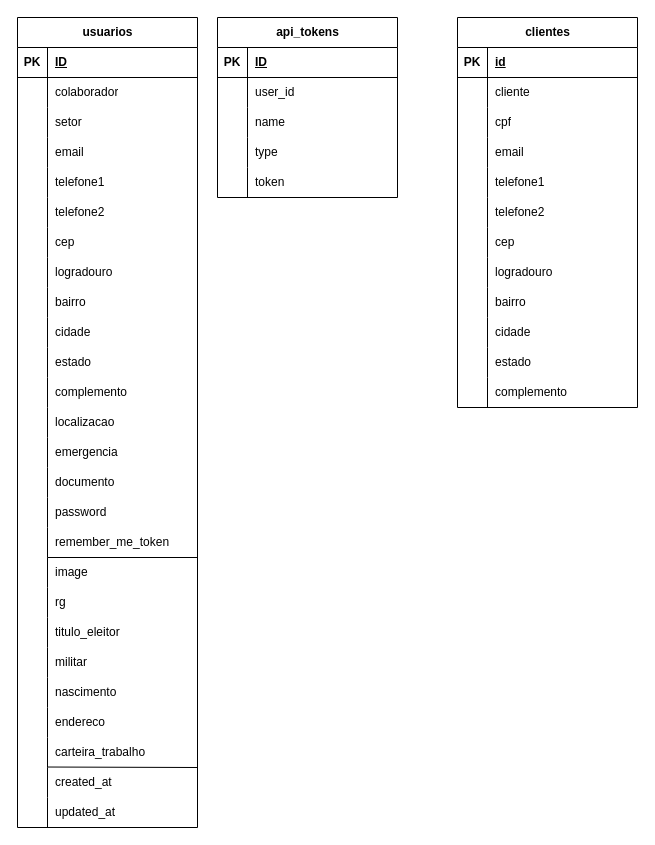
The draw.io diagram resources/diagrama_classe.drawio in VitorCostaTI/LingoBack, before the edit. Source tidied: cells renumbered, new cells numbered last; positions are measured from the earlier drawing's top-left corner, leaving out a move shared by most shapes. Both pictures are drawn from the tidied source at 100%, with x=0, y=0 at pixel (17, 17).
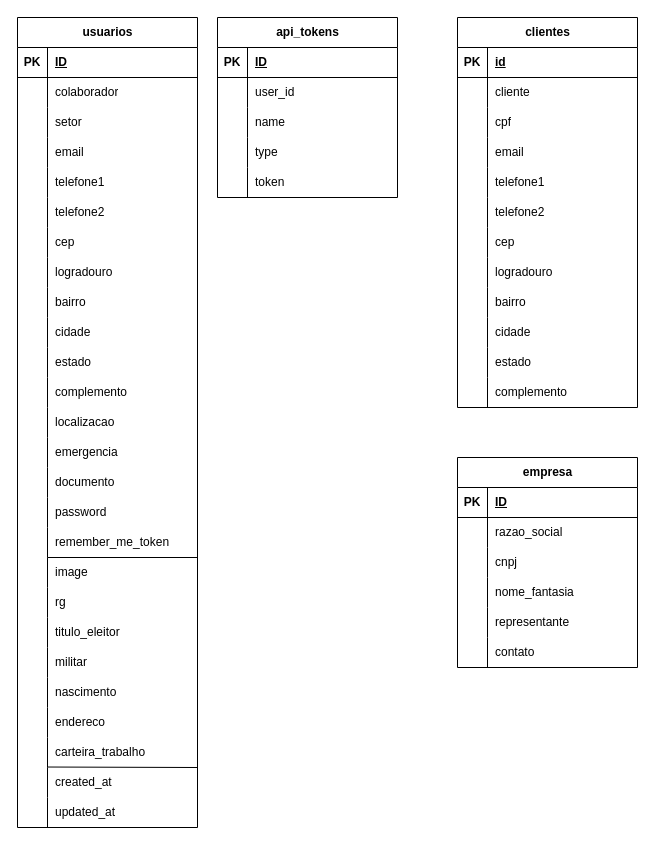
Above is the later version.

Diff of the diagram source:
```diff
@@
+    <mxCell id="136" value="empresa" style="shape=table;startSize=30;childLayout=tableLayout;rowLines=0;fontStyle=1;align=center;html=1;" parent="1" vertex="1">
+      <mxGeometry x="440" y="440" width="180" height="210" as="geometry" />
+    </mxCell>
+    <mxCell id="137" style="shape=tableRow;horizontal=0;startSize=0;swimlaneHead=0;swimlaneBody=0;fillColor=none;top=0;left=0;right=0;bottom=1;" parent="136" vertex="1">
+      <mxGeometry y="30" width="180" height="30" as="geometry" />
+    </mxCell>
+    <mxCell id="138" value="PK" style="shape=partialRectangle;fillColor=none;top=0;left=0;bottom=0;right=0;fontStyle=1;overflow=hidden;whiteSpace=wrap;html=1;" parent="137" vertex="1">
+      <mxGeometry width="30" height="30" as="geometry" />
+    </mxCell>
+    <mxCell id="139" value="ID" style="shape=partialRectangle;fillColor=none;top=0;left=0;bottom=0;right=0;align=left;spacingLeft=6;fontStyle=5;overflow=hidden;whiteSpace=wrap;html=1;" parent="137" vertex="1">
+      <mxGeometry x="30" width="150" height="30" as="geometry" />
+    </mxCell>
+    <mxCell id="140" style="shape=tableRow;horizontal=0;startSize=0;swimlaneHead=0;swimlaneBody=0;fillColor=none;top=0;left=0;right=0;bottom=0;" parent="136" vertex="1">
+      <mxGeometry y="60" width="180" height="30" as="geometry" />
+    </mxCell>
+    <mxCell id="141" style="shape=partialRectangle;fillColor=none;top=0;left=0;bottom=0;right=0;overflow=hidden;whiteSpace=wrap;html=1;" parent="140" vertex="1">
+      <mxGeometry width="30" height="30" as="geometry" />
+    </mxCell>
+    <mxCell id="142" value="razao_social" style="shape=partialRectangle;fillColor=none;top=0;left=0;bottom=0;right=0;align=left;spacingLeft=6;overflow=hidden;whiteSpace=wrap;html=1;" parent="140" vertex="1">
+      <mxGeometry x="30" width="150" height="30" as="geometry" />
+    </mxCell>
+    <mxCell id="143" style="shape=tableRow;horizontal=0;startSize=0;swimlaneHead=0;swimlaneBody=0;fillColor=none;top=0;left=0;right=0;bottom=0;" parent="136" vertex="1">
+      <mxGeometry y="90" width="180" height="30" as="geometry" />
+    </mxCell>
+    <mxCell id="144" style="shape=partialRectangle;fillColor=none;top=0;left=0;bottom=0;right=0;overflow=hidden;whiteSpace=wrap;html=1;" parent="143" vertex="1">
+      <mxGeometry width="30" height="30" as="geometry" />
+    </mxCell>
+    <mxCell id="145" value="cnpj" style="shape=partialRectangle;fillColor=none;top=0;left=0;bottom=0;right=0;align=left;spacingLeft=6;overflow=hidden;whiteSpace=wrap;html=1;" parent="143" vertex="1">
+      <mxGeometry x="30" width="150" height="30" as="geometry" />
+    </mxCell>
+    <mxCell id="146" style="shape=tableRow;horizontal=0;startSize=0;swimlaneHead=0;swimlaneBody=0;fillColor=none;top=0;left=0;right=0;bottom=0;" parent="136" vertex="1">
+      <mxGeometry y="120" width="180" height="30" as="geometry" />
+    </mxCell>
+    <mxCell id="147" style="shape=partialRectangle;fillColor=none;top=0;left=0;bottom=0;right=0;overflow=hidden;whiteSpace=wrap;html=1;" parent="146" vertex="1">
+      <mxGeometry width="30" height="30" as="geometry" />
+    </mxCell>
+    <mxCell id="148" value="nome_fantasia" style="shape=partialRectangle;fillColor=none;top=0;left=0;bottom=0;right=0;align=left;spacingLeft=6;overflow=hidden;whiteSpace=wrap;html=1;" parent="146" vertex="1">
+      <mxGeometry x="30" width="150" height="30" as="geometry" />
+    </mxCell>
+    <mxCell id="149" style="shape=tableRow;horizontal=0;startSize=0;swimlaneHead=0;swimlaneBody=0;fillColor=none;top=0;left=0;right=0;bottom=0;" parent="136" vertex="1">
+      <mxGeometry y="150" width="180" height="30" as="geometry" />
+    </mxCell>
+    <mxCell id="150" style="shape=partialRectangle;fillColor=none;top=0;left=0;bottom=0;right=0;overflow=hidden;whiteSpace=wrap;html=1;" parent="149" vertex="1">
+      <mxGeometry width="30" height="30" as="geometry" />
+    </mxCell>
+    <mxCell id="151" value="representante" style="shape=partialRectangle;fillColor=none;top=0;left=0;bottom=0;right=0;align=left;spacingLeft=6;overflow=hidden;whiteSpace=wrap;html=1;" parent="149" vertex="1">
+      <mxGeometry x="30" width="150" height="30" as="geometry" />
+    </mxCell>
+    <mxCell id="152" style="shape=tableRow;horizontal=0;startSize=0;swimlaneHead=0;swimlaneBody=0;fillColor=none;top=0;left=0;right=0;bottom=0;" parent="136" vertex="1">
+      <mxGeometry y="180" width="180" height="30" as="geometry" />
+    </mxCell>
+    <mxCell id="153" style="shape=partialRectangle;fillColor=none;top=0;left=0;bottom=0;right=0;overflow=hidden;whiteSpace=wrap;html=1;" parent="152" vertex="1">
+      <mxGeometry width="30" height="30" as="geometry" />
+    </mxCell>
+    <mxCell id="154" value="contato" style="shape=partialRectangle;fillColor=none;top=0;left=0;bottom=0;right=0;align=left;spacingLeft=6;overflow=hidden;whiteSpace=wrap;html=1;" parent="152" vertex="1">
+      <mxGeometry x="30" width="150" height="30" as="geometry" />
+    </mxCell>
```
